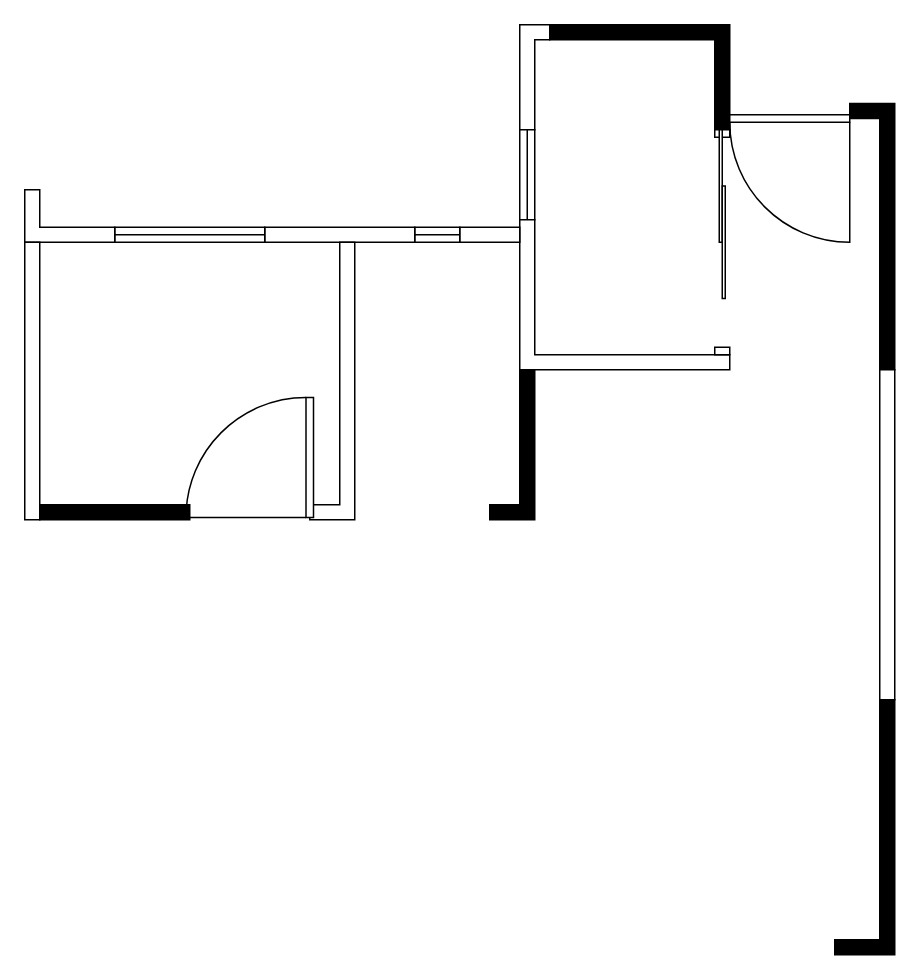
This is 户型.drawio from HaroldCC/dotfiles, a draw.io file, before an edit. Source tidied: cells renumbered, new cells numbered last; positions are measured from the earlier drawing's top-left corner, leaving out a move shared by most shapes. Both pictures are drawn from the tidied source at 150%, with x=0, y=0 at pixel (24, 24).
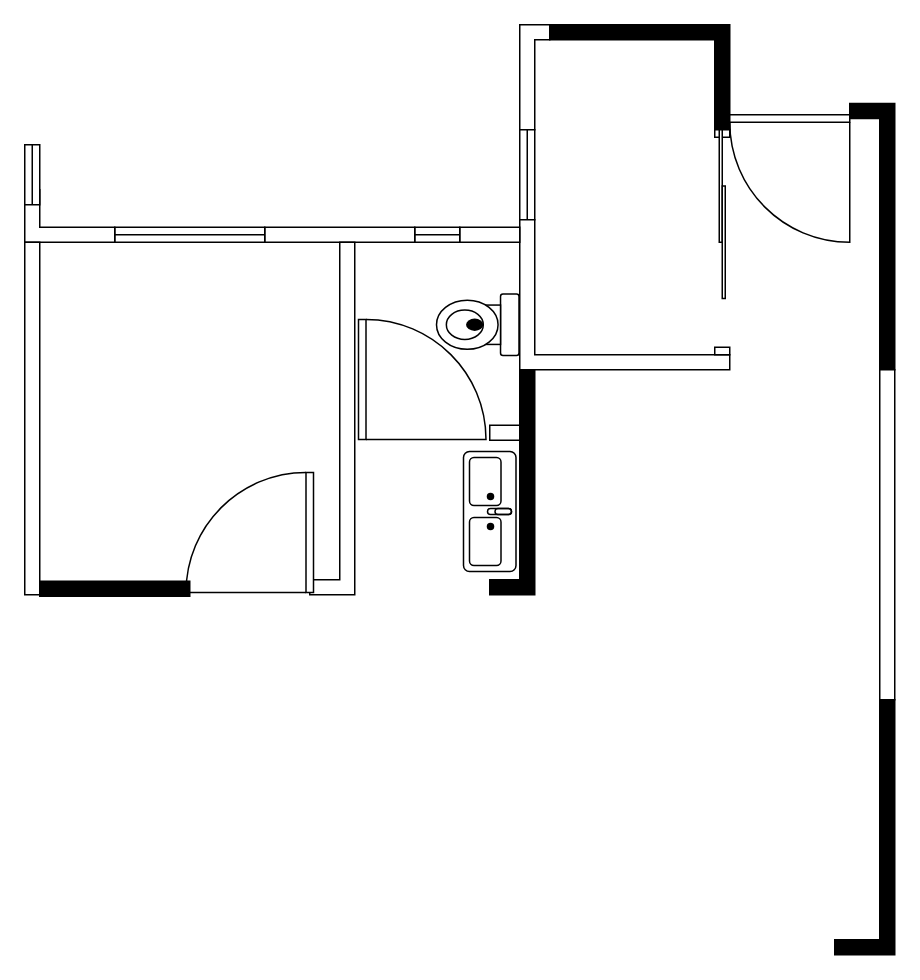
After the change.

Diff of the diagram source:
```diff
@@
     <mxCell id="11" style="verticalLabelPosition=bottom;html=1;verticalAlign=top;align=center;shape=mxgraph.floorplan.wallCorner;fillColor=strokeColor;direction=west;" parent="1" vertex="1">
-      <mxGeometry x="310" y="230" width="30" height="100" as="geometry" />
+      <mxGeometry x="310" y="230" width="30" height="150" as="geometry" />
     </mxCell>
@@
     <mxCell id="17" style="verticalLabelPosition=bottom;html=1;verticalAlign=top;align=center;shape=mxgraph.floorplan.wall;direction=south;strokeWidth=1;fillStyle=solid;fillColor=default;" parent="1" vertex="1">
-      <mxGeometry y="145" width="10" height="185" as="geometry" />
+      <mxGeometry y="145" width="10" height="235" as="geometry" />
     </mxCell>
     <mxCell id="18" style="verticalLabelPosition=bottom;html=1;verticalAlign=top;align=center;shape=mxgraph.floorplan.wall;fillColor=strokeColor;" parent="1" vertex="1">
-      <mxGeometry x="10" y="320" width="100" height="10" as="geometry" />
+      <mxGeometry x="10" y="371" width="100" height="10" as="geometry" />
     </mxCell>
     <mxCell id="19" style="verticalLabelPosition=bottom;html=1;verticalAlign=top;align=center;shape=mxgraph.floorplan.wallCorner;direction=west;" parent="1" vertex="1">
-      <mxGeometry x="190" y="145" width="30" height="185" as="geometry" />
+      <mxGeometry x="190" y="145" width="30" height="235" as="geometry" />
     </mxCell>
     <mxCell id="20" style="verticalLabelPosition=bottom;html=1;verticalAlign=top;align=center;shape=mxgraph.floorplan.doorRight;rotation=90;" parent="1" vertex="1">
-      <mxGeometry x="110" y="246" width="80" height="85" as="geometry" />
+      <mxGeometry x="110" y="296" width="80" height="85" as="geometry" />
     </mxCell>
+    <mxCell id="21" style="verticalLabelPosition=bottom;html=1;verticalAlign=top;align=center;shape=mxgraph.floorplan.doorLeft;rotation=-90;" parent="1" vertex="1">
+      <mxGeometry x="225" y="194" width="80" height="85" as="geometry" />
+    </mxCell>
+    <mxCell id="22" style="verticalLabelPosition=bottom;html=1;verticalAlign=top;align=center;shape=mxgraph.floorplan.wall;" parent="1" vertex="1">
+      <mxGeometry x="310" y="267" width="20" height="10" as="geometry" />
+    </mxCell>
+    <mxCell id="23" style="verticalLabelPosition=bottom;html=1;verticalAlign=top;align=center;shape=mxgraph.floorplan.sink_double2;rotation=90;" parent="1" vertex="1">
+      <mxGeometry x="270" y="307" width="80" height="35" as="geometry" />
+    </mxCell>
+    <mxCell id="24" style="verticalLabelPosition=bottom;html=1;verticalAlign=top;align=center;shape=mxgraph.floorplan.toilet;rotation=90;" parent="1" vertex="1">
+      <mxGeometry x="281.5" y="172.5" width="41" height="55" as="geometry" />
+    </mxCell>
+    <mxCell id="25" style="verticalLabelPosition=bottom;html=1;verticalAlign=top;align=center;shape=mxgraph.floorplan.window;rotation=90;" parent="1" vertex="1">
+      <mxGeometry x="-15" y="95" width="40" height="10" as="geometry" />
+    </mxCell>
```
